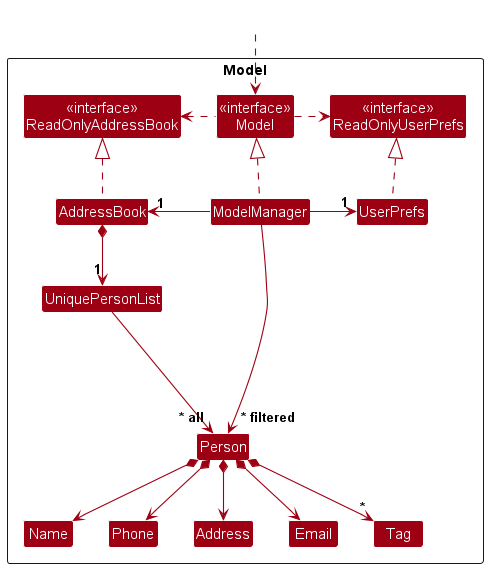
The PlantUML diagram docs/images/ModelClassDiagram.png in nus-cs2103-AY2324S2/tp, before a commit. Source of this version:
```plantuml
@startuml
!include style.puml
skinparam arrowThickness 1.1
skinparam arrowColor MODEL_COLOR
skinparam classBackgroundColor MODEL_COLOR

Package Model as ModelPackage <<Rectangle>>{
Class "<<interface>>\nReadOnlyAddressBook" as ReadOnlyAddressBook
Class "<<interface>>\nReadOnlyUserPrefs" as ReadOnlyUserPrefs
Class "<<interface>>\nModel" as Model
Class AddressBook
Class ModelManager
Class UserPrefs

Class UniquePersonList
Class Person
Class Address
Class Email
Class Name
Class Phone
Class Tag

Class I #FFFFFF
}

Class HiddenOutside #FFFFFF
HiddenOutside ..> Model

AddressBook .up.|> ReadOnlyAddressBook

ModelManager .up.|> Model
Model .right.> ReadOnlyUserPrefs
Model .left.> ReadOnlyAddressBook
ModelManager -left-> "1" AddressBook
ModelManager -right-> "1" UserPrefs
UserPrefs .up.|> ReadOnlyUserPrefs

AddressBook *--> "1" UniquePersonList
UniquePersonList --> "~* all" Person
Person *--> Name
Person *--> Phone
Person *--> Email
Person *--> Address
Person *--> "*" Tag

Person -[hidden]up--> I
UniquePersonList -[hidden]right-> I

Name -[hidden]right-> Phone
Phone -[hidden]right-> Address
Address -[hidden]right-> Email

ModelManager --> "~* filtered" Person
@enduml
```
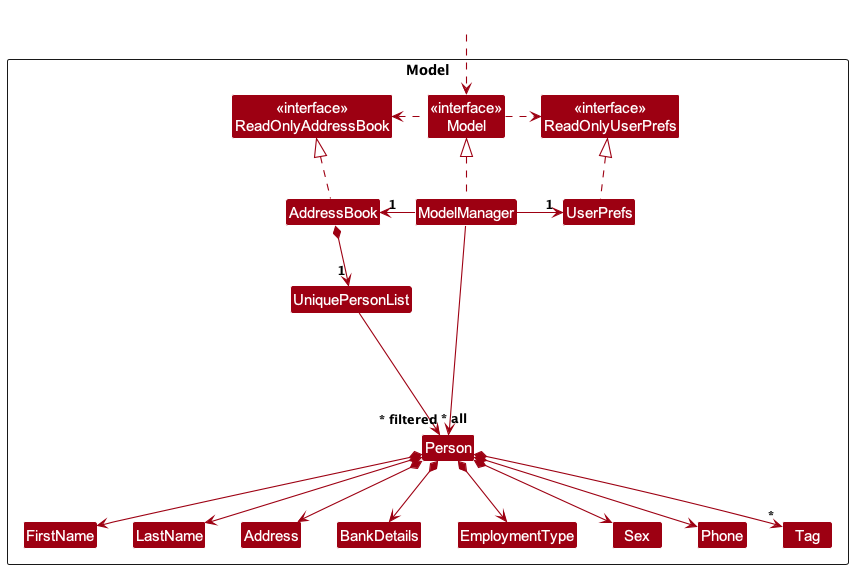
After the commit.

Commit message:
Update DG model component

Diff of the diagram source:
```diff
@@ -15,8 +15,11 @@
 Class UniquePersonList
 Class Person
 Class Address
-Class Email
-Class Name
+Class FirstName
+Class LastName
+Class BankDetails
+Class EmploymentType
+Class Sex
 Class Phone
 Class Tag
 
@@ -37,18 +40,19 @@
 
 AddressBook *--> "1" UniquePersonList
 UniquePersonList --> "~* all" Person
-Person *--> Name
+Person *--> FirstName
+Person *--> LastName
 Person *--> Phone
-Person *--> Email
+Person *--> BankDetails
+Person *--> EmploymentType
+Person *--> Sex
 Person *--> Address
 Person *--> "*" Tag
 
 Person -[hidden]up--> I
 UniquePersonList -[hidden]right-> I
 
-Name -[hidden]right-> Phone
-Phone -[hidden]right-> Address
-Address -[hidden]right-> Email
+FirstName -[hidden]right-> LastName
 
 ModelManager --> "~* filtered" Person
 @enduml
```
